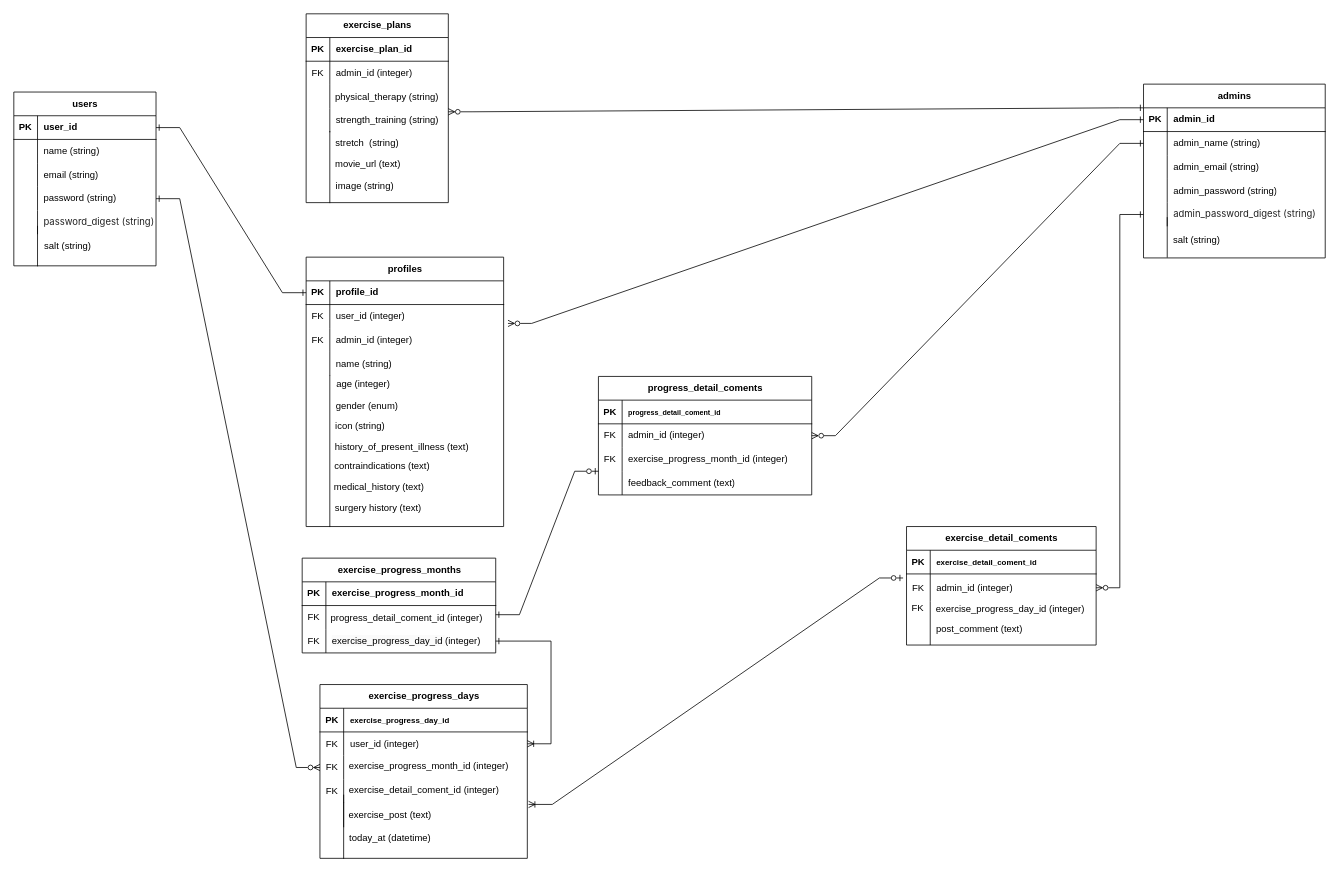
shimicha/rehabili_tracking_app keeps this draw.io diagram as ER図.drawio. Above is the earlier version. Source tidied: cells renumbered, new cells numbered last; positions are measured from the earlier drawing's top-left corner, leaving out a move shared by most shapes. Both pictures are drawn from the tidied source at 79%, with x=0, y=0 at pixel (13, 13).
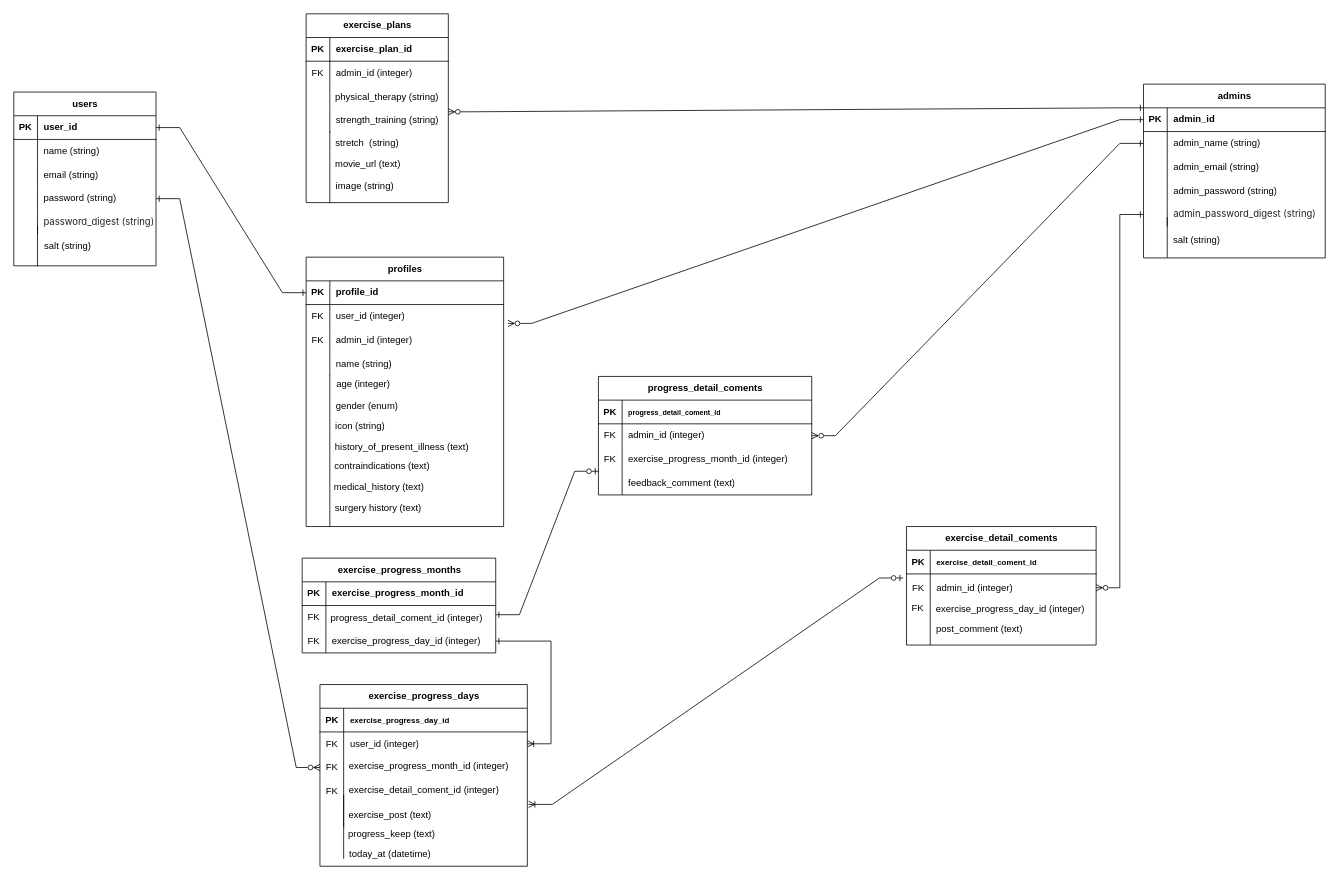
Above is the later version.

Commit message:
ER図.drawio を更新します

The edit, as a diff of the source:
```diff
@@
     <mxCell id="100" value="exercise_progress_days" style="shape=table;startSize=30;childLayout=tableLayout;rowLines=0;fontStyle=1;align=center;html=1;strokeColor=default;" parent="1" vertex="1">
-      <mxGeometry x="387.5" y="849" width="262.5" height="220" as="geometry" />
+      <mxGeometry x="387.5" y="849" width="262.5" height="230" as="geometry" />
     </mxCell>
@@
     <mxCell id="136" value="today_at (datetime)" style="text;html=1;align=center;verticalAlign=middle;strokeColor=none;fillColor=none;fontSize=12;fontFamily=Helvetica;fontColor=default;" parent="1" vertex="1">
-      <mxGeometry x="411" y="1029" width="130" height="30" as="geometry" />
+      <mxGeometry x="410.5" y="1049" width="130" height="30" as="geometry" />
     </mxCell>
@@
+    <mxCell id="143" value="progress_keep (text)" style="text;html=1;align=center;verticalAlign=middle;strokeColor=none;fillColor=none;fontSize=12;fontFamily=Helvetica;fontColor=default;" parent="1" vertex="1">
+      <mxGeometry x="412.5" y="1024" width="130" height="30" as="geometry" />
+    </mxCell>
```
